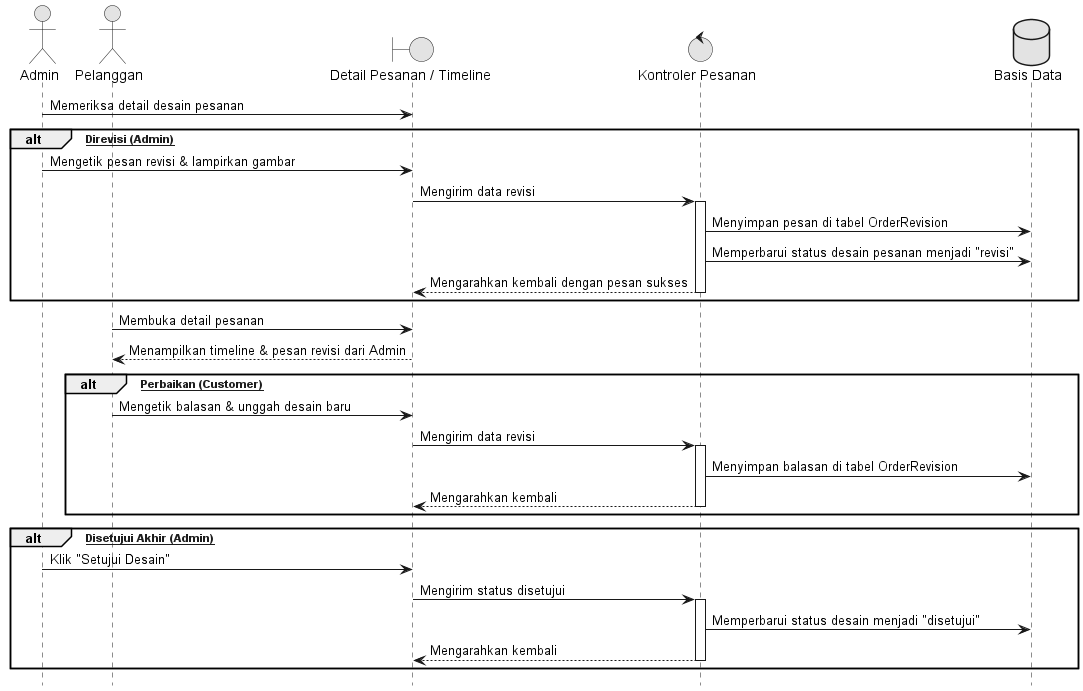
Before: docs/diagrams/09_Review_Desain.png, a diagram exported from PlantUML (Reyonl/project_TA). The source it was exported from:
```plantuml
@startuml 09_Review_Desain
hide footbox
skinparam monochrome true
skinparam shadowing false

actor "Admin" as Admin
actor "Pelanggan" as Customer
boundary "Detail Pesanan / Timeline" as View
control "Kontroler Pesanan" as Controller
database "Basis Data" as DB

Admin -> View : Memeriksa detail desain pesanan

alt [Perlu Direvisi (Admin)]
    Admin -> View : Mengetik pesan revisi & lampirkan gambar
    View -> Controller : Mengirim data revisi
    activate Controller
    Controller -> DB : Menyimpan pesan di tabel OrderRevision
    Controller -> DB : Memperbarui status desain pesanan menjadi "revisi"
    Controller --> View : Mengarahkan kembali dengan pesan sukses
    deactivate Controller
end

Customer -> View : Membuka detail pesanan
View --> Customer : Menampilkan timeline & pesan revisi dari Admin

alt [Mengirim Perbaikan (Customer)]
    Customer -> View : Mengetik balasan & unggah desain baru
    View -> Controller : Mengirim data revisi
    activate Controller
    Controller -> DB : Menyimpan balasan di tabel OrderRevision
    Controller --> View : Mengarahkan kembali
    deactivate Controller
end

alt [Desain Disetujui Akhir (Admin)]
    Admin -> View : Klik "Setujui Desain"
    View -> Controller : Mengirim status disetujui
    activate Controller
    Controller -> DB : Memperbarui status desain menjadi "disetujui"
    Controller --> View : Mengarahkan kembali
    deactivate Controller
end
@enduml
```
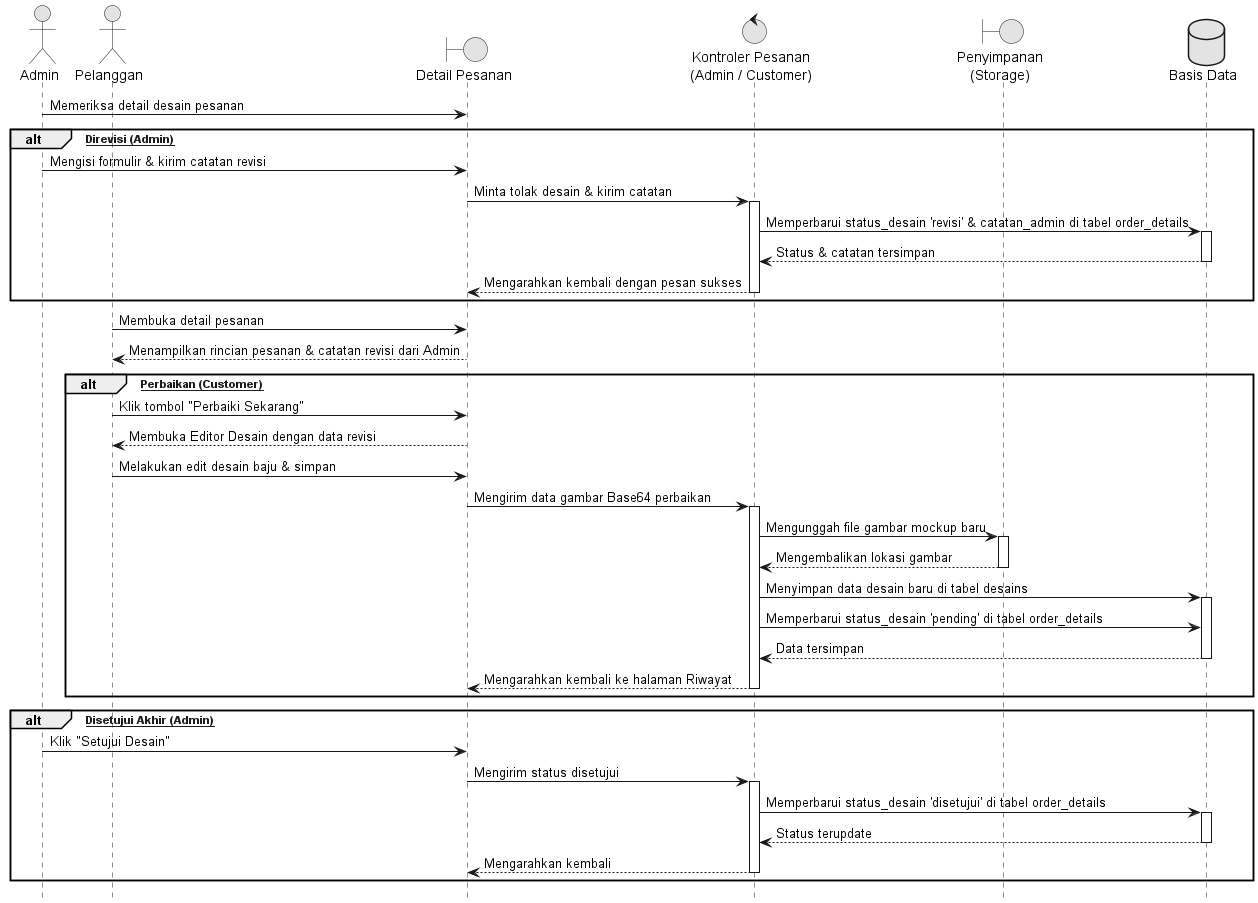
Above is the later version.

Change to the diagram source:
```diff
@@ -5,31 +5,44 @@
 
 actor "Admin" as Admin
 actor "Pelanggan" as Customer
-boundary "Detail Pesanan / Timeline" as View
-control "Kontroler Pesanan" as Controller
+boundary "Detail Pesanan" as View
+control "Kontroler Pesanan\n(Admin / Customer)" as Controller
+boundary "Penyimpanan\n(Storage)" as Storage
 database "Basis Data" as DB
 
 Admin -> View : Memeriksa detail desain pesanan
 
 alt [Perlu Direvisi (Admin)]
-    Admin -> View : Mengetik pesan revisi & lampirkan gambar
-    View -> Controller : Mengirim data revisi
+    Admin -> View : Mengisi formulir & kirim catatan revisi
+    View -> Controller : Minta tolak desain & kirim catatan
     activate Controller
-    Controller -> DB : Menyimpan pesan di tabel OrderRevision
-    Controller -> DB : Memperbarui status desain pesanan menjadi "revisi"
+    Controller -> DB : Memperbarui status_desain 'revisi' & catatan_admin di tabel order_details
+    activate DB
+    DB --> Controller : Status & catatan tersimpan
+    deactivate DB
     Controller --> View : Mengarahkan kembali dengan pesan sukses
     deactivate Controller
 end
 
 Customer -> View : Membuka detail pesanan
-View --> Customer : Menampilkan timeline & pesan revisi dari Admin
+View --> Customer : Menampilkan rincian pesanan & catatan revisi dari Admin
 
 alt [Mengirim Perbaikan (Customer)]
-    Customer -> View : Mengetik balasan & unggah desain baru
-    View -> Controller : Mengirim data revisi
+    Customer -> View : Klik tombol "Perbaiki Sekarang"
+    View --> Customer : Membuka Editor Desain dengan data revisi
+    Customer -> View : Melakukan edit desain baju & simpan
+    View -> Controller : Mengirim data gambar Base64 perbaikan
     activate Controller
-    Controller -> DB : Menyimpan balasan di tabel OrderRevision
-    Controller --> View : Mengarahkan kembali
+    Controller -> Storage : Mengunggah file gambar mockup baru
+    activate Storage
+    Storage --> Controller : Mengembalikan lokasi gambar
+    deactivate Storage
+    Controller -> DB : Menyimpan data desain baru di tabel desains
+    activate DB
+    Controller -> DB : Memperbarui status_desain 'pending' di tabel order_details
+    DB --> Controller : Data tersimpan
+    deactivate DB
+    Controller --> View : Mengarahkan kembali ke halaman Riwayat
     deactivate Controller
 end
 
@@ -37,7 +50,10 @@
     Admin -> View : Klik "Setujui Desain"
     View -> Controller : Mengirim status disetujui
     activate Controller
-    Controller -> DB : Memperbarui status desain menjadi "disetujui"
+    Controller -> DB : Memperbarui status_desain 'disetujui' di tabel order_details
+    activate DB
+    DB --> Controller : Status terupdate
+    deactivate DB
     Controller --> View : Mengarahkan kembali
     deactivate Controller
 end
```
